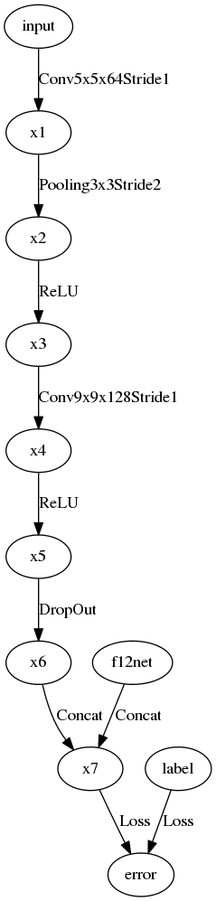
layumi/visualize_face_detection_net keeps this Graphviz diagram as 24net-newborn/24net.png. Above is the earlier version. Its source is kept beside it as 24net-newborn/24net.dot. The source it was exported from:
```dot
digraph G {
input -> x1[label = Conv5x5x64Stride1];
x1 -> x2[label = Pooling3x3Stride2];
x2 -> x3[label = ReLU];
x3 -> x4[label = Conv9x9x128Stride1];
x4 -> x5[label = ReLU];
x5 -> x6[label = DropOut];
x6 -> x7[label = Concat];
f12net -> x7[label = Concat];
x7 -> error[label = Loss];
label -> error[label = Loss];
}
```
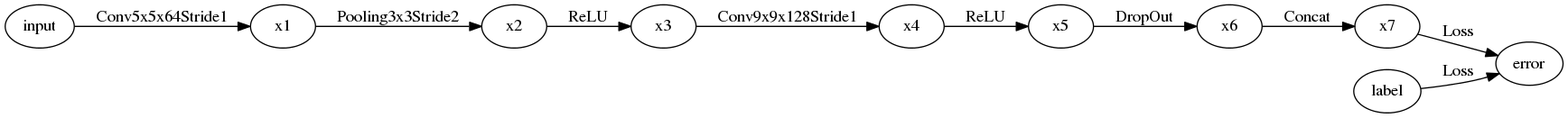
The same diagram one commit later.

Change to the diagram source:
```diff
@@ -1,4 +1,5 @@
 digraph G {
+rankdir=LR;
 input -> x1[label = Conv5x5x64Stride1];
 x1 -> x2[label = Pooling3x3Stride2];
 x2 -> x3[label = ReLU];
@@ -6,7 +7,6 @@
 x4 -> x5[label = ReLU];
 x5 -> x6[label = DropOut];
 x6 -> x7[label = Concat];
-f12net -> x7[label = Concat];
 x7 -> error[label = Loss];
 label -> error[label = Loss];
 }
```
